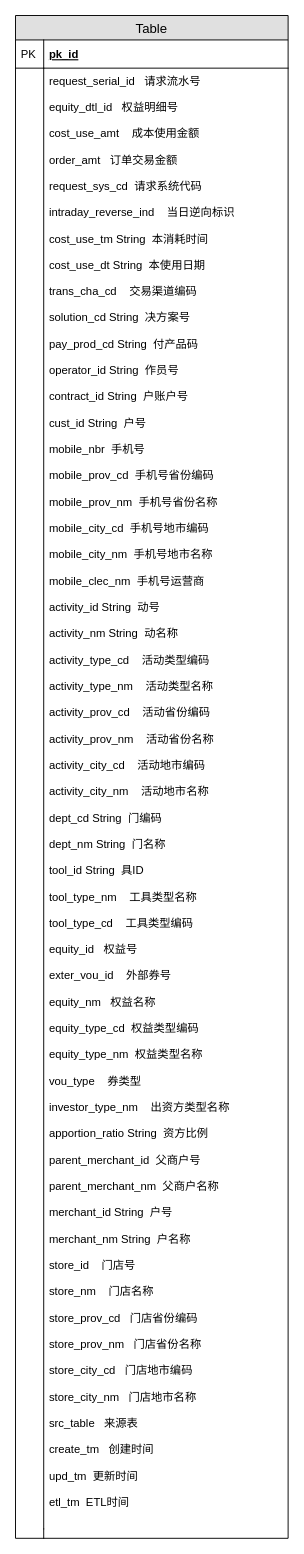
CarryNi/Orange keeps this draw.io diagram as DWM.drawio. Above is the earlier version. Source tidied: cells renumbered, new cells numbered last; positions are measured from the earlier drawing's top-left corner, leaving out a move shared by most shapes. Both pictures are drawn from the tidied source at 94%, with x=0, y=0 at pixel (15, 15).
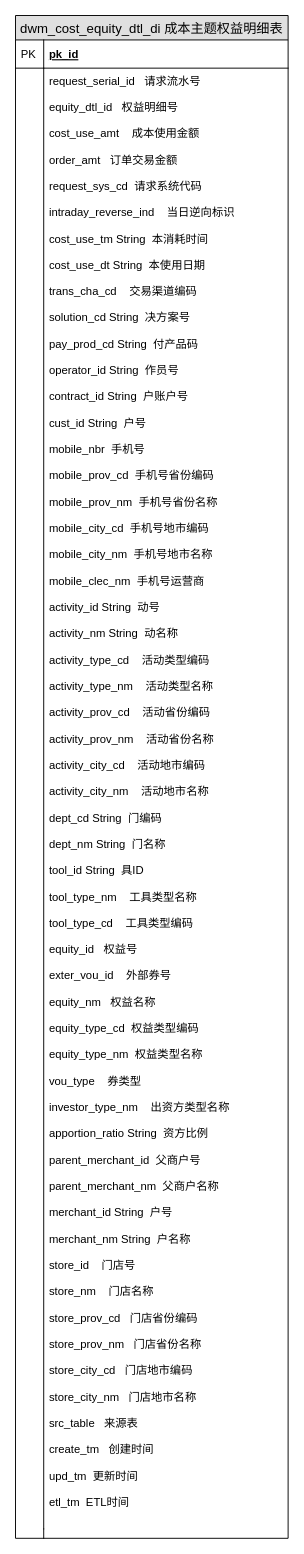
Above is the later version.

Diff of the diagram source:
```diff
@@
 <mxGraphModel background="#ffffff">
   <root>
     <mxCell id="0" />
     <mxCell id="1" parent="0" />
-    <mxCell id="2" value="Table" style="swimlane;fontStyle=0;horizontal=1;startSize=26;fillColor=#e0e0e0;swimlaneFillColor=#ffffff;align=center;fontSize=14;" parent="1" vertex="1">
+    <mxCell id="2" value="dwm_cost_equity_dtl_di 成本主题权益明细表" style="swimlane;fontStyle=0;horizontal=1;startSize=26;fillColor=#e0e0e0;swimlaneFillColor=#ffffff;align=center;fontSize=14;" parent="1" vertex="1">
       <mxGeometry width="290" height="1620" as="geometry" />
     </mxCell>
     <mxCell id="3" value="pk_id" style="shape=partialRectangle;top=0;left=0;right=0;bottom=1;align=left;verticalAlign=middle;fillColor=none;spacingLeft=34;spacingRight=4;overflow=hidden;fontStyle=5;fontSize=12;" parent="2" vertex="1">
       <mxGeometry y="26" width="290" height="30" as="geometry" />
     </mxCell>
     <mxCell id="4" value="PK" style="shape=partialRectangle;top=0;left=0;bottom=0;fillColor=none;align=left;verticalAlign=middle;spacingLeft=4;spacingRight=4;overflow=hidden;fontSize=12;" parent="3" vertex="1">
       <mxGeometry width="30" height="30" as="geometry" />
     </mxCell>
     <mxCell id="5" value="request_serial_id   请求流水号&#10;&#10;equity_dtl_id   权益明细号&#10;&#10;cost_use_amt    成本使用金额&#10;&#10;order_amt   订单交易金额&#10;&#10;request_sys_cd  请求系统代码&#10;&#10;intraday_reverse_ind    当日逆向标识&#10;&#10;cost_use_tm String  本消耗时间&#10;&#10;cost_use_dt String  本使用日期&#10;&#10;trans_cha_cd    交易渠道编码&#10;&#10;solution_cd String  决方案号&#10;&#10;pay_prod_cd String  付产品码&#10;&#10;operator_id String  作员号&#10;&#10;contract_id String  户账户号&#10;&#10;cust_id String  户号&#10;&#10;mobile_nbr  手机号&#10;&#10;mobile_prov_cd  手机号省份编码&#10;&#10;mobile_prov_nm  手机号省份名称&#10;&#10;mobile_city_cd  手机号地市编码&#10;&#10;mobile_city_nm  手机号地市名称&#10;&#10;mobile_clec_nm  手机号运营商&#10;&#10;activity_id String  动号&#10;&#10;activity_nm String  动名称&#10;&#10;activity_type_cd    活动类型编码&#10;&#10;activity_type_nm    活动类型名称&#10;&#10;activity_prov_cd    活动省份编码&#10;&#10;activity_prov_nm    活动省份名称&#10;&#10;activity_city_cd    活动地市编码&#10;&#10;activity_city_nm    活动地市名称&#10;&#10;dept_cd String  门编码&#10;&#10;dept_nm String  门名称&#10;&#10;tool_id String  具ID&#10;&#10;tool_type_nm    工具类型名称&#10;&#10;tool_type_cd    工具类型编码&#10;&#10;equity_id   权益号&#10;&#10;exter_vou_id    外部券号&#10;&#10;equity_nm   权益名称&#10;&#10;equity_type_cd  权益类型编码&#10;&#10;equity_type_nm  权益类型名称&#10;&#10;vou_type    券类型&#10;&#10;investor_type_nm    出资方类型名称&#10;&#10;apportion_ratio String  资方比例&#10;&#10;parent_merchant_id  父商户号&#10;&#10;parent_merchant_nm  父商户名称&#10;&#10;merchant_id String  户号&#10;&#10;merchant_nm String  户名称&#10;&#10;store_id    门店号&#10;&#10;store_nm    门店名称&#10;&#10;store_prov_cd   门店省份编码&#10;&#10;store_prov_nm   门店省份名称&#10;&#10;store_city_cd   门店地市编码&#10;&#10;store_city_nm   门店地市名称&#10;&#10;src_table   来源表&#10;&#10;create_tm   创建时间&#10;&#10;upd_tm  更新时间&#10;&#10;etl_tm  ETL时间" style="shape=partialRectangle;top=0;left=0;right=0;bottom=0;align=left;verticalAlign=top;fillColor=none;spacingLeft=34;spacingRight=4;overflow=hidden;fontSize=12;" parent="2" vertex="1">
       <mxGeometry y="56" width="290" height="1554" as="geometry" />
     </mxCell>
     <mxCell id="6" style="shape=partialRectangle;top=0;left=0;bottom=0;fillColor=none;align=left;verticalAlign=top;spacingLeft=4;spacingRight=4;overflow=hidden;fontSize=12;" parent="5" vertex="1">
       <mxGeometry width="30" height="1554" as="geometry" />
     </mxCell>
     <mxCell id="7" style="shape=partialRectangle;top=0;left=0;right=0;bottom=0;align=left;verticalAlign=top;fillColor=none;spacingLeft=34;spacingRight=4;overflow=hidden;fontSize=12;" parent="2" vertex="1">
       <mxGeometry y="1610" width="290" height="10" as="geometry" />
     </mxCell>
     <mxCell id="8" style="shape=partialRectangle;top=0;left=0;bottom=0;fillColor=none;align=left;verticalAlign=top;spacingLeft=4;spacingRight=4;overflow=hidden;fontSize=12;" parent="7" vertex="1">
       <mxGeometry width="30" height="10" as="geometry" />
     </mxCell>
   </root>
 </mxGraphModel>
```
